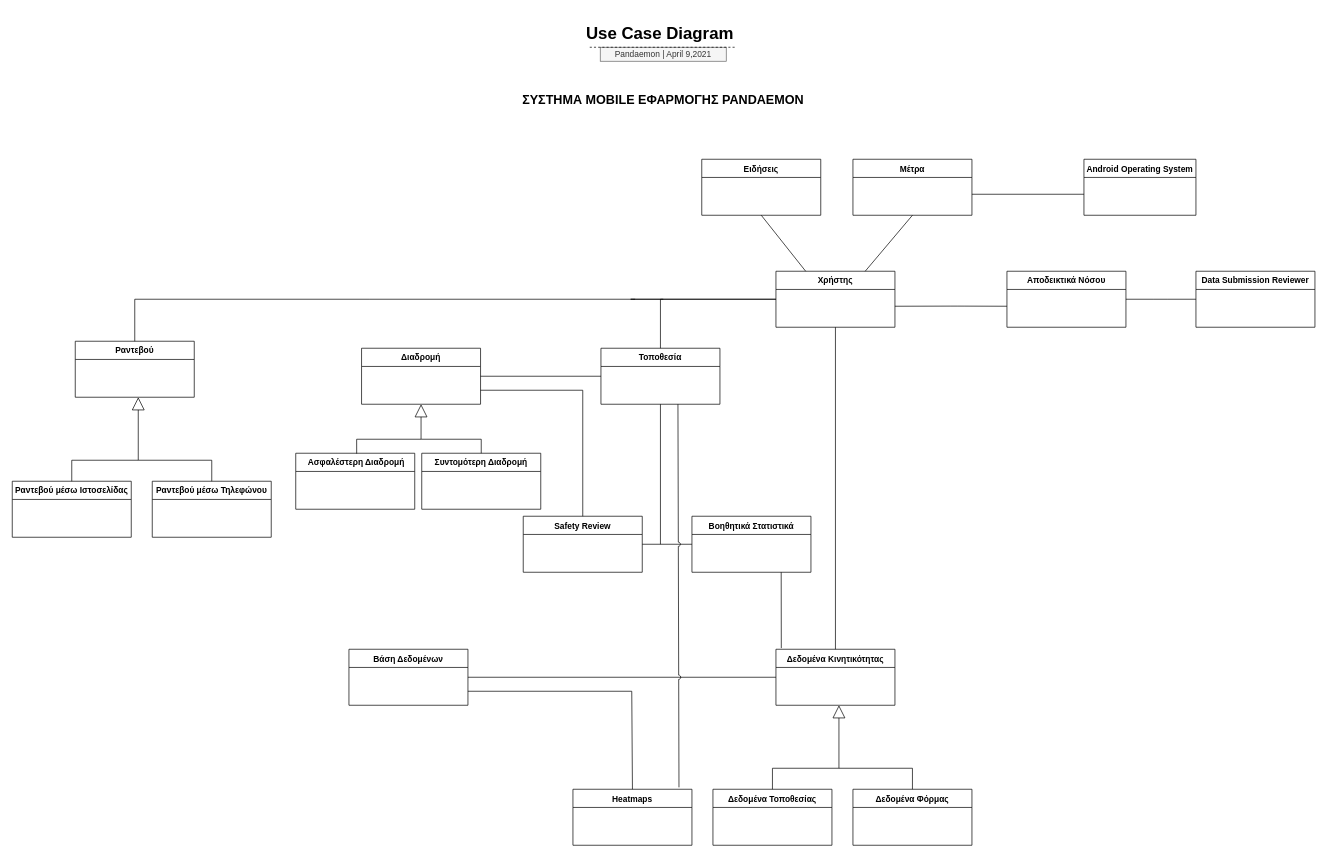
Before: Documents/DrawioResources/Domain Model Diagram.drawio in Mario-Sama/SoftEngProject2021, a draw.io diagram. Source tidied: cells renumbered, new cells numbered last; positions are measured from the earlier drawing's top-left corner, leaving out a move shared by most shapes. Both pictures are drawn from the tidied source at 70%, with x=0, y=0 at pixel (12, 19).
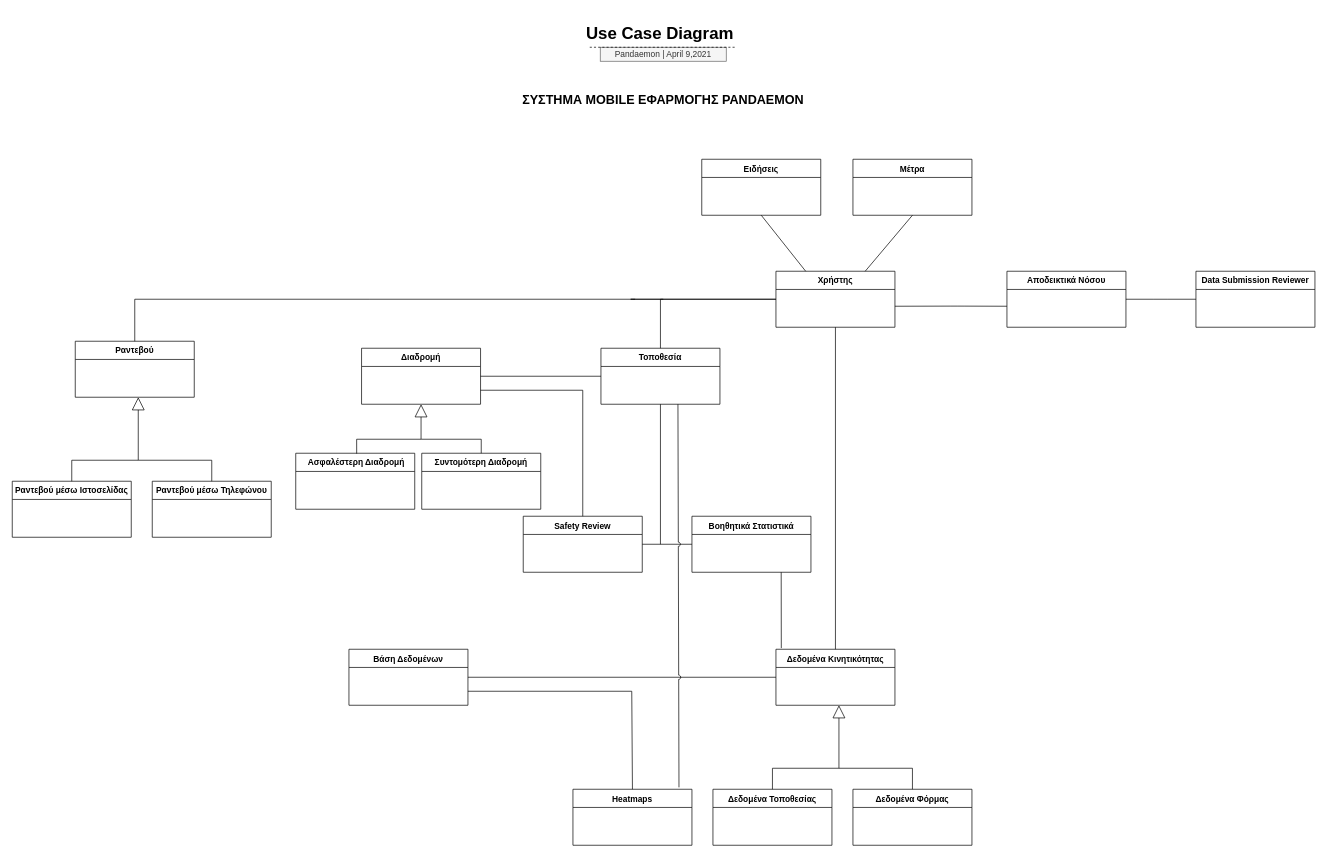
After the change.

Commit message (it also covers changes not shown here):
Updated Domain Model Diagram

The edit, as a diff of the source:
```diff
@@
-    <mxCell id="10" value="Android Operating System" style="swimlane;fontStyle=1;horizontal=1;startSize=26;fillColor=none;" parent="1" vertex="1">
-      <mxGeometry x="1531" y="200" width="160" height="80" as="geometry" />
-    </mxCell>
@@
-    <mxCell id="44" style="endArrow=none;html=1;" parent="1" edge="1">
-      <mxGeometry relative="1" as="geometry">
-        <mxPoint x="1371" y="250" as="sourcePoint" />
-        <mxPoint x="1531" y="250" as="targetPoint" />
-      </mxGeometry>
-    </mxCell>
```
